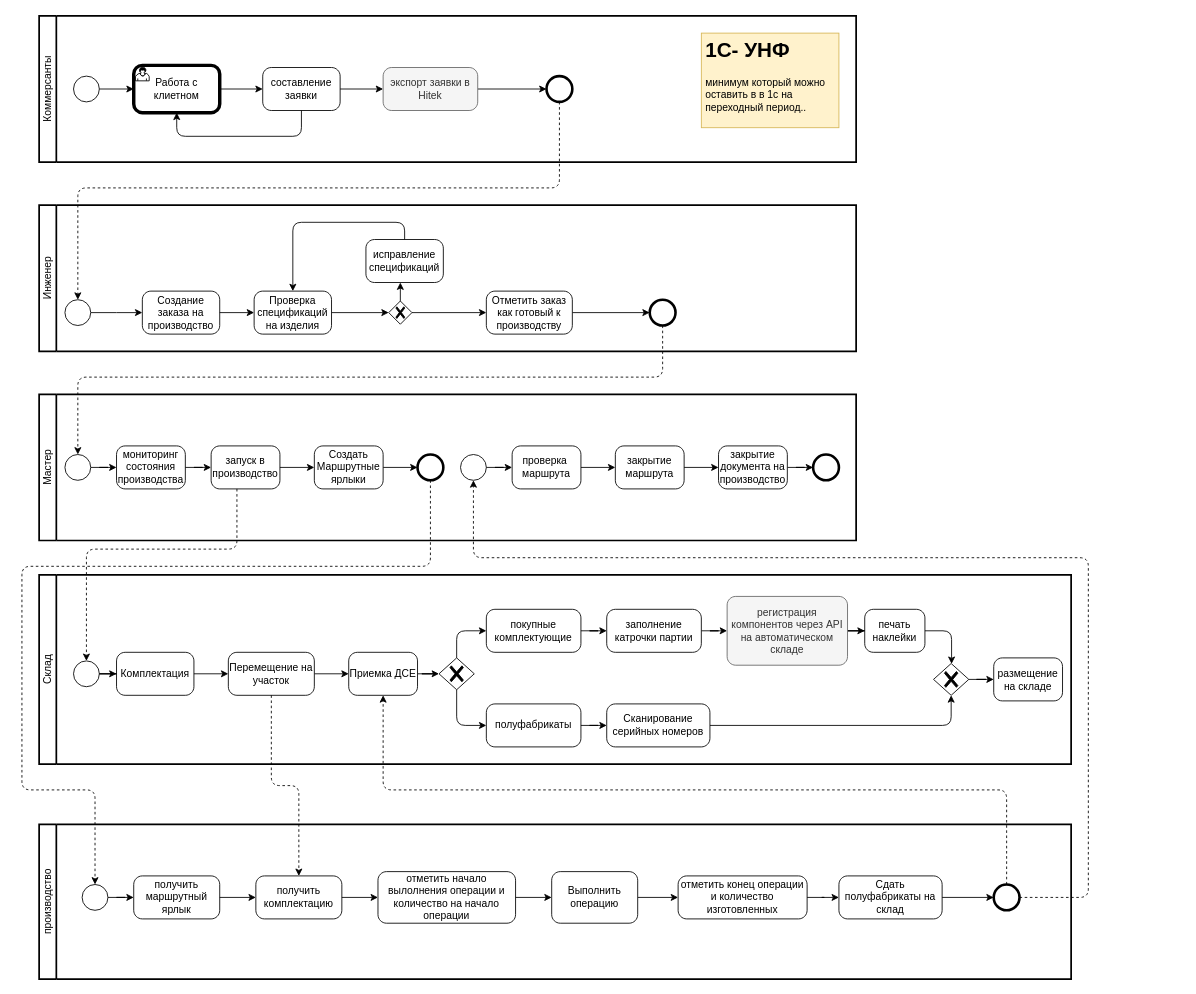
Earlier version of the draw.io diagram HiTek_start.drawio (sashok74/diagrams). Source tidied: cells renumbered, new cells numbered last; positions are measured from the earlier drawing's top-left corner, leaving out a move shared by most shapes. Both pictures are drawn from the tidied source at 86%, with x=0, y=0 at pixel (22, 15).
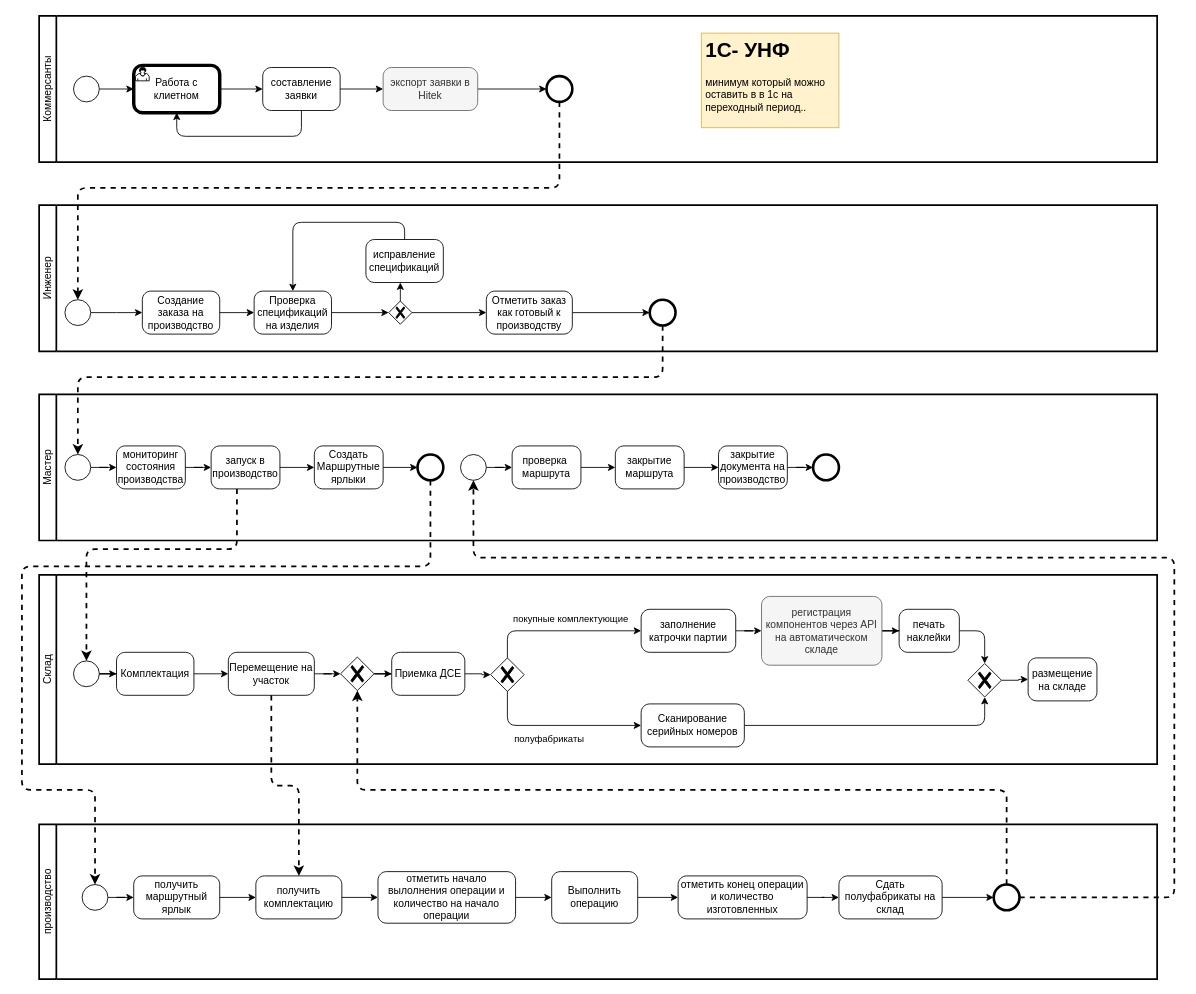
After the change.

Unchanged cells that the change refers to:
```xml
<mxCell id="13" style="points=[[0.145,0.145,0],[0.5,0,0],[0.855,0.145,0],[1,0.5,0],[0.855,0.855,0],[0.5,1,0],[0.145,0.855,0],[0,0.5,0]];shape=mxgraph.bpmn.event;html=1;verticalLabelPosition=bottom;labelBackgroundColor=#ffffff;verticalAlign=top;align=center;perimeter=ellipsePerimeter;outlineConnect=0;outline=end;symbol=terminate2;" parent="2" vertex="1">
  <mxGeometry x="590" y="70" width="30" height="30" as="geometry" />
</mxCell>
<mxCell id="19" style="points=[[0.145,0.145,0],[0.5,0,0],[0.855,0.145,0],[1,0.5,0],[0.855,0.855,0],[0.5,1,0],[0.145,0.855,0],[0,0.5,0]];shape=mxgraph.bpmn.event;html=1;verticalLabelPosition=bottom;labelBackgroundColor=#ffffff;verticalAlign=top;align=center;perimeter=ellipsePerimeter;outlineConnect=0;outline=end;symbol=terminate2;" parent="14" vertex="1">
  <mxGeometry x="710" y="110" width="30" height="30" as="geometry" />
</mxCell>
<mxCell id="21" style="points=[[0.145,0.145,0],[0.5,0,0],[0.855,0.145,0],[1,0.5,0],[0.855,0.855,0],[0.5,1,0],[0.145,0.855,0],[0,0.5,0]];shape=mxgraph.bpmn.event;html=1;verticalLabelPosition=bottom;labelBackgroundColor=#ffffff;verticalAlign=top;align=center;perimeter=ellipsePerimeter;outlineConnect=0;outline=standard;symbol=general;" parent="14" vertex="1">
  <mxGeometry x="30" y="110" width="30" height="30" as="geometry" />
</mxCell>
<mxCell id="36" style="points=[[0.145,0.145,0],[0.5,0,0],[0.855,0.145,0],[1,0.5,0],[0.855,0.855,0],[0.5,1,0],[0.145,0.855,0],[0,0.5,0]];shape=mxgraph.bpmn.event;html=1;verticalLabelPosition=bottom;labelBackgroundColor=#ffffff;verticalAlign=top;align=center;perimeter=ellipsePerimeter;outlineConnect=0;outline=end;symbol=terminate2;" parent="30" vertex="1">
  <mxGeometry x="440" y="70" width="30" height="30" as="geometry" />
</mxCell>
<mxCell id="37" value="запуск в производство" style="points=[[0.25,0,0],[0.5,0,0],[0.75,0,0],[1,0.25,0],[1,0.5,0],[1,0.75,0],[0.75,1,0],[0.5,1,0],[0.25,1,0],[0,0.75,0],[0,0.5,0],[0,0.25,0]];shape=mxgraph.bpmn.task;whiteSpace=wrap;rectStyle=rounded;size=10;html=1;taskMarker=abstract;" parent="30" vertex="1">
  <mxGeometry x="200" y="60" width="80" height="50" as="geometry" />
</mxCell>
<mxCell id="40" style="points=[[0.145,0.145,0],[0.5,0,0],[0.855,0.145,0],[1,0.5,0],[0.855,0.855,0],[0.5,1,0],[0.145,0.855,0],[0,0.5,0]];shape=mxgraph.bpmn.event;html=1;verticalLabelPosition=bottom;labelBackgroundColor=#ffffff;verticalAlign=top;align=center;perimeter=ellipsePerimeter;outlineConnect=0;outline=standard;symbol=general;" parent="30" vertex="1">
  <mxGeometry x="30" y="70" width="30" height="30" as="geometry" />
</mxCell>
<mxCell id="41" style="points=[[0.145,0.145,0],[0.5,0,0],[0.855,0.145,0],[1,0.5,0],[0.855,0.855,0],[0.5,1,0],[0.145,0.855,0],[0,0.5,0]];shape=mxgraph.bpmn.event;html=1;verticalLabelPosition=bottom;labelBackgroundColor=#ffffff;verticalAlign=top;align=center;perimeter=ellipsePerimeter;outlineConnect=0;outline=standard;symbol=general;" parent="30" vertex="1">
  <mxGeometry x="490" y="70" width="30" height="30" as="geometry" />
</mxCell>
<mxCell id="52" style="points=[[0.145,0.145,0],[0.5,0,0],[0.855,0.145,0],[1,0.5,0],[0.855,0.855,0],[0.5,1,0],[0.145,0.855,0],[0,0.5,0]];shape=mxgraph.bpmn.event;html=1;verticalLabelPosition=bottom;labelBackgroundColor=#ffffff;verticalAlign=top;align=center;perimeter=ellipsePerimeter;outlineConnect=0;outline=standard;symbol=general;" parent="45" vertex="1">
  <mxGeometry x="40" y="100" width="30" height="30" as="geometry" />
</mxCell>
<mxCell id="62" value="Перемещение на участок" style="points=[[0.25,0,0],[0.5,0,0],[0.75,0,0],[1,0.25,0],[1,0.5,0],[1,0.75,0],[0.75,1,0],[0.5,1,0],[0.25,1,0],[0,0.75,0],[0,0.5,0],[0,0.25,0]];shape=mxgraph.bpmn.task;whiteSpace=wrap;rectStyle=rounded;size=10;html=1;taskMarker=abstract;" parent="1" vertex="1">
  <mxGeometry x="240" y="740" width="100" height="50" as="geometry" />
</mxCell>
<mxCell id="71" value="получить комплектацию" style="points=[[0.25,0,0],[0.5,0,0],[0.75,0,0],[1,0.25,0],[1,0.5,0],[1,0.75,0],[0.75,1,0],[0.5,1,0],[0.25,1,0],[0,0.75,0],[0,0.5,0],[0,0.25,0]];shape=mxgraph.bpmn.task;whiteSpace=wrap;rectStyle=rounded;size=10;html=1;taskMarker=abstract;" parent="67" vertex="1">
  <mxGeometry x="252" y="60" width="100" height="50" as="geometry" />
</mxCell>
<mxCell id="80" style="points=[[0.145,0.145,0],[0.5,0,0],[0.855,0.145,0],[1,0.5,0],[0.855,0.855,0],[0.5,1,0],[0.145,0.855,0],[0,0.5,0]];shape=mxgraph.bpmn.event;html=1;verticalLabelPosition=bottom;labelBackgroundColor=#ffffff;verticalAlign=top;align=center;perimeter=ellipsePerimeter;outlineConnect=0;outline=end;symbol=terminate2;" parent="67" vertex="1">
  <mxGeometry x="1110" y="70" width="30" height="30" as="geometry" />
</mxCell>
<mxCell id="81" style="points=[[0.145,0.145,0],[0.5,0,0],[0.855,0.145,0],[1,0.5,0],[0.855,0.855,0],[0.5,1,0],[0.145,0.855,0],[0,0.5,0]];shape=mxgraph.bpmn.event;html=1;verticalLabelPosition=bottom;labelBackgroundColor=#ffffff;verticalAlign=top;align=center;perimeter=ellipsePerimeter;outlineConnect=0;outline=standard;symbol=general;" parent="67" vertex="1">
  <mxGeometry x="50" y="70" width="30" height="30" as="geometry" />
</mxCell>
```

Diff of the diagram source:
```diff
@@
     <mxCell id="2" value="&lt;div&gt;Коммерсанты&lt;/div&gt;" style="swimlane;html=1;startSize=20;fontStyle=0;horizontal=0;swimlaneLine=1;swimlaneFillColor=#ffffff;strokeWidth=2;whiteSpace=wrap;" parent="1" vertex="1">
-      <mxGeometry x="20" width="950" height="170" as="geometry" />
+      <mxGeometry x="20" width="1300" height="170" as="geometry" />
     </mxCell>
@@
     <mxCell id="14" value="&lt;div&gt;Инженер&lt;/div&gt;" style="swimlane;html=1;startSize=20;fontStyle=0;horizontal=0;swimlaneLine=1;swimlaneFillColor=#ffffff;strokeWidth=2;whiteSpace=wrap;" parent="1" vertex="1">
-      <mxGeometry x="20" y="220" width="950" height="170" as="geometry" />
+      <mxGeometry x="20" y="220" width="1300" height="170" as="geometry" />
     </mxCell>
@@
-    <mxCell id="22" style="edgeStyle=orthogonalEdgeStyle;rounded=1;jettySize=auto;html=1;dashed=1;entryX=0.5;entryY=0;entryDx=0;entryDy=0;entryPerimeter=0;exitX=0.5;exitY=1;exitDx=0;exitDy=0;exitPerimeter=0;" parent="1" edge="1" source="13" target="21">
+    <mxCell id="22" style="edgeStyle=orthogonalEdgeStyle;rounded=1;jettySize=auto;html=1;dashed=1;entryX=0.5;entryY=0;entryDx=0;entryDy=0;entryPerimeter=0;exitX=0.5;exitY=1;exitDx=0;exitDy=0;exitPerimeter=0;strokeWidth=2;" parent="1" edge="1" source="13" target="21">
       <mxGeometry relative="1" as="geometry">
         <Array as="points">
           <mxPoint x="625" y="200" />
           <mxPoint x="65" y="200" />
         </Array>
       </mxGeometry>
     </mxCell>
@@
     <mxCell id="30" value="Мастер" style="swimlane;html=1;startSize=20;fontStyle=0;horizontal=0;swimlaneLine=1;swimlaneFillColor=#ffffff;strokeWidth=2;whiteSpace=wrap;" parent="1" vertex="1">
-      <mxGeometry x="20" y="440" width="950" height="170" as="geometry" />
+      <mxGeometry x="20" y="440" width="1300" height="170" as="geometry" />
     </mxCell>
@@
-    <mxCell id="43" style="edgeStyle=orthogonalEdgeStyle;rounded=1;jettySize=auto;html=1;dashed=1;entryX=0.5;entryY=0;entryDx=0;entryDy=0;entryPerimeter=0;exitX=0.5;exitY=1;exitDx=0;exitDy=0;exitPerimeter=0;" parent="1" edge="1" source="19" target="40">
+    <mxCell id="43" style="edgeStyle=orthogonalEdgeStyle;rounded=1;jettySize=auto;html=1;dashed=1;entryX=0.5;entryY=0;entryDx=0;entryDy=0;entryPerimeter=0;exitX=0.5;exitY=1;exitDx=0;exitDy=0;exitPerimeter=0;strokeWidth=2;" parent="1" edge="1" source="19" target="40">
       <mxGeometry relative="1" as="geometry">
         <Array as="points">
           <mxPoint x="745" y="420" />
           <mxPoint x="65" y="420" />
         </Array>
       </mxGeometry>
     </mxCell>
@@
     <mxCell id="45" value="Склад" style="swimlane;html=1;startSize=20;fontStyle=0;horizontal=0;swimlaneLine=1;swimlaneFillColor=#ffffff;strokeWidth=2;whiteSpace=wrap;" parent="1" vertex="1">
-      <mxGeometry x="20" y="650" width="1200" height="220" as="geometry" />
+      <mxGeometry x="20" y="650" width="1300" height="220" as="geometry" />
     </mxCell>
@@
     <mxCell id="47" style="points=[[0.25,0.25,0],[0.5,0,0],[0.75,0.25,0],[1,0.5,0],[0.75,0.75,0],[0.5,1,0],[0.25,0.75,0],[0,0.5,0]];shape=mxgraph.bpmn.gateway2;html=1;verticalLabelPosition=bottom;labelBackgroundColor=#ffffff;verticalAlign=top;align=center;perimeter=rhombusPerimeter;outlineConnect=0;outline=none;symbol=none;gwType=exclusive;" parent="45" vertex="1">
-      <mxGeometry x="465" y="96.5" width="41" height="37" as="geometry" />
+      <mxGeometry x="525" y="96.5" width="39" height="39" as="geometry" />
     </mxCell>
-    <mxCell id="48" value="покупные комплектующие" style="points=[[0.25,0,0],[0.5,0,0],[0.75,0,0],[1,0.25,0],[1,0.5,0],[1,0.75,0],[0.75,1,0],[0.5,1,0],[0.25,1,0],[0,0.75,0],[0,0.5,0],[0,0.25,0]];shape=mxgraph.bpmn.task;whiteSpace=wrap;rectStyle=rounded;size=10;html=1;taskMarker=abstract;" parent="45" vertex="1">
-      <mxGeometry x="520" y="40" width="110" height="50" as="geometry" />
-    </mxCell>
-    <mxCell id="49" style="edgeStyle=orthogonalEdgeStyle;rounded=1;jettySize=auto;html=1;" parent="45" edge="1" source="47" target="48">
-      <mxGeometry relative="1" as="geometry">
-        <Array as="points">
-          <mxPoint x="486" y="65" />
-        </Array>
-      </mxGeometry>
-    </mxCell>
-    <mxCell id="50" value="полуфабрикаты" style="points=[[0.25,0,0],[0.5,0,0],[0.75,0,0],[1,0.25,0],[1,0.5,0],[1,0.75,0],[0.75,1,0],[0.5,1,0],[0.25,1,0],[0,0.75,0],[0,0.5,0],[0,0.25,0]];shape=mxgraph.bpmn.task;whiteSpace=wrap;rectStyle=rounded;size=10;html=1;taskMarker=abstract;" parent="45" vertex="1">
-      <mxGeometry x="520" y="150" width="110" height="50" as="geometry" />
-    </mxCell>
-    <mxCell id="51" style="edgeStyle=orthogonalEdgeStyle;rounded=1;jettySize=auto;html=1;exitX=0.5;exitY=1;exitDx=0;exitDy=0;exitPerimeter=0;entryX=0;entryY=0.5;entryDx=0;entryDy=0;entryPerimeter=0;" parent="45" edge="1" source="47" target="50">
-      <mxGeometry relative="1" as="geometry" />
-    </mxCell>
@@
     <mxCell id="55" style="points=[[0.25,0.25,0],[0.5,0,0],[0.75,0.25,0],[1,0.5,0],[0.75,0.75,0],[0.5,1,0],[0.25,0.75,0],[0,0.5,0]];shape=mxgraph.bpmn.gateway2;html=1;verticalLabelPosition=bottom;labelBackgroundColor=#ffffff;verticalAlign=top;align=center;perimeter=rhombusPerimeter;outlineConnect=0;outline=none;symbol=none;gwType=exclusive;" parent="45" vertex="1">
-      <mxGeometry x="1040" y="103" width="41" height="37" as="geometry" />
+      <mxGeometry x="1080" y="103" width="39" height="39" as="geometry" />
     </mxCell>
-    <mxCell id="56" style="edgeStyle=orthogonalEdgeStyle;rounded=1;jettySize=auto;html=1;exitX=1;exitY=0.5;exitDx=0;exitDy=0;exitPerimeter=0;" parent="45" edge="1" source="57" target="55">
+    <mxCell id="56" style="edgeStyle=orthogonalEdgeStyle;rounded=1;jettySize=auto;html=1;exitX=1;exitY=0.5;exitDx=0;exitDy=0;exitPerimeter=0;entryX=0.5;entryY=0;entryDx=0;entryDy=0;entryPerimeter=0;" parent="45" edge="1" source="57" target="55">
       <mxGeometry relative="1" as="geometry">
         <Array as="points">
-          <mxPoint x="1061" y="65" />
+          <mxPoint x="1099" y="65" />
         </Array>
       </mxGeometry>
     </mxCell>
     <mxCell id="57" value="печать наклейки " style="points=[[0.25,0,0],[0.5,0,0],[0.75,0,0],[1,0.25,0],[1,0.5,0],[1,0.75,0],[0.75,1,0],[0.5,1,0],[0.25,1,0],[0,0.75,0],[0,0.5,0],[0,0.25,0]];shape=mxgraph.bpmn.task;whiteSpace=wrap;rectStyle=rounded;size=10;html=1;taskMarker=abstract;" parent="45" vertex="1">
-      <mxGeometry x="960" y="40" width="70" height="50" as="geometry" />
+      <mxGeometry x="1000" y="40" width="70" height="50" as="geometry" />
     </mxCell>
     <mxCell id="58" value="размещение на складе" style="points=[[0.25,0,0],[0.5,0,0],[0.75,0,0],[1,0.25,0],[1,0.5,0],[1,0.75,0],[0.75,1,0],[0.5,1,0],[0.25,1,0],[0,0.75,0],[0,0.5,0],[0,0.25,0]];shape=mxgraph.bpmn.task;whiteSpace=wrap;rectStyle=rounded;size=10;html=1;taskMarker=abstract;" parent="45" vertex="1">
-      <mxGeometry x="1110" y="96.5" width="80" height="50" as="geometry" />
+      <mxGeometry x="1150" y="96.5" width="80" height="50" as="geometry" />
     </mxCell>
@@
-    <mxCell id="61" style="edgeStyle=orthogonalEdgeStyle;rounded=0;jettySize=auto;html=1;" parent="1" edge="1" source="62" target="65">
+    <mxCell id="61" style="edgeStyle=orthogonalEdgeStyle;rounded=0;jettySize=auto;html=1;" parent="1" edge="1" source="62" target="99">
       <mxGeometry relative="1" as="geometry" />
     </mxCell>
@@
     <mxCell id="65" value="Приемка ДСЕ" style="points=[[0.25,0,0],[0.5,0,0],[0.75,0,0],[1,0.25,0],[1,0.5,0],[1,0.75,0],[0.75,1,0],[0.5,1,0],[0.25,1,0],[0,0.75,0],[0,0.5,0],[0,0.25,0]];shape=mxgraph.bpmn.task;whiteSpace=wrap;rectStyle=rounded;size=10;html=1;taskMarker=abstract;" parent="1" vertex="1">
-      <mxGeometry x="380" y="740" width="80" height="50" as="geometry" />
+      <mxGeometry x="430" y="740" width="85" height="50" as="geometry" />
     </mxCell>
-    <mxCell id="66" style="edgeStyle=orthogonalEdgeStyle;rounded=1;jettySize=auto;html=1;dashed=1;" parent="1" edge="1" source="37" target="52">
+    <mxCell id="66" style="edgeStyle=orthogonalEdgeStyle;rounded=1;jettySize=auto;html=1;dashed=1;strokeWidth=2;" parent="1" edge="1" source="37" target="52">
       <mxGeometry relative="1" as="geometry">
         <Array as="points">
           <mxPoint x="250" y="620" />
           <mxPoint x="75" y="620" />
         </Array>
       </mxGeometry>
     </mxCell>
     <mxCell id="67" value="&lt;div&gt;производство&lt;/div&gt;" style="swimlane;html=1;startSize=20;fontStyle=0;horizontal=0;swimlaneLine=1;swimlaneFillColor=#ffffff;strokeWidth=2;whiteSpace=wrap;" parent="1" vertex="1">
-      <mxGeometry x="20" y="940" width="1200" height="180" as="geometry" />
+      <mxGeometry x="20" y="940" width="1300" height="180" as="geometry" />
     </mxCell>
@@
-    <mxCell id="83" style="edgeStyle=orthogonalEdgeStyle;rounded=1;jettySize=auto;html=1;entryX=0.5;entryY=1;entryDx=0;entryDy=0;entryPerimeter=0;dashed=1;exitX=0.5;exitY=0;exitDx=0;exitDy=0;exitPerimeter=0;" parent="1" edge="1" source="80" target="65">
+    <mxCell id="83" style="edgeStyle=orthogonalEdgeStyle;rounded=1;jettySize=auto;html=1;dashed=1;exitX=0.5;exitY=0;exitDx=0;exitDy=0;exitPerimeter=0;entryX=0.5;entryY=1;entryDx=0;entryDy=0;entryPerimeter=0;strokeWidth=2;" parent="1" edge="1" source="80" target="99">
       <mxGeometry relative="1" as="geometry">
         <Array as="points">
           <mxPoint x="1145" y="900" />
-          <mxPoint x="420" y="900" />
+          <mxPoint x="390" y="900" />
         </Array>
       </mxGeometry>
     </mxCell>
@@
     <mxCell id="85" value="заполнение катрочки партии " style="points=[[0.25,0,0],[0.5,0,0],[0.75,0,0],[1,0.25,0],[1,0.5,0],[1,0.75,0],[0.75,1,0],[0.5,1,0],[0.25,1,0],[0,0.75,0],[0,0.5,0],[0,0.25,0]];shape=mxgraph.bpmn.task;whiteSpace=wrap;rectStyle=rounded;size=10;html=1;taskMarker=abstract;" parent="1" vertex="1">
-      <mxGeometry x="680" y="690" width="110" height="50" as="geometry" />
+      <mxGeometry x="720" y="690" width="110" height="50" as="geometry" />
     </mxCell>
-    <mxCell id="86" style="edgeStyle=orthogonalEdgeStyle;rounded=0;jettySize=auto;html=1;" parent="1" edge="1" source="48" target="85">
-      <mxGeometry relative="1" as="geometry" />
-    </mxCell>
@@
     <mxCell id="88" value="регистрация компонентов через API на автоматическом складе" style="points=[[0.25,0,0],[0.5,0,0],[0.75,0,0],[1,0.25,0],[1,0.5,0],[1,0.75,0],[0.75,1,0],[0.5,1,0],[0.25,1,0],[0,0.75,0],[0,0.5,0],[0,0.25,0]];shape=mxgraph.bpmn.task;whiteSpace=wrap;rectStyle=rounded;size=10;html=1;taskMarker=abstract;fillColor=#f5f5f5;fontColor=#333333;strokeColor=#666666;" parent="1" vertex="1">
-      <mxGeometry x="820" y="675" width="140" height="80" as="geometry" />
+      <mxGeometry x="860" y="675" width="140" height="80" as="geometry" />
     </mxCell>
-    <mxCell id="89" style="edgeStyle=orthogonalEdgeStyle;rounded=1;jettySize=auto;html=1;dashed=1;exitX=1;exitY=0.5;exitDx=0;exitDy=0;exitPerimeter=0;entryX=0.5;entryY=1;entryDx=0;entryDy=0;entryPerimeter=0;" parent="1" edge="1" source="80" target="41">
+    <mxCell id="89" style="edgeStyle=orthogonalEdgeStyle;rounded=1;jettySize=auto;html=1;dashed=1;exitX=1;exitY=0.5;exitDx=0;exitDy=0;exitPerimeter=0;entryX=0.5;entryY=1;entryDx=0;entryDy=0;entryPerimeter=0;strokeWidth=2;" parent="1" edge="1" source="80" target="41">
       <mxGeometry relative="1" as="geometry">
         <Array as="points">
-          <mxPoint x="1240" y="1025" />
-          <mxPoint x="1240" y="630" />
+          <mxPoint x="1340" y="1025" />
+          <mxPoint x="1340" y="630" />
           <mxPoint x="525" y="630" />
         </Array>
       </mxGeometry>
     </mxCell>
     <mxCell id="90" style="edgeStyle=orthogonalEdgeStyle;rounded=1;jettySize=auto;html=1;exitX=1;exitY=0.5;exitDx=0;exitDy=0;exitPerimeter=0;entryX=0.5;entryY=1;entryDx=0;entryDy=0;entryPerimeter=0;" parent="1" edge="1" source="91" target="55">
       <mxGeometry relative="1" as="geometry">
         <Array as="points">
-          <mxPoint x="1081" y="825" />
+          <mxPoint x="1119" y="825" />
         </Array>
       </mxGeometry>
     </mxCell>
     <mxCell id="91" value="Сканирование серийных номеров" style="points=[[0.25,0,0],[0.5,0,0],[0.75,0,0],[1,0.25,0],[1,0.5,0],[1,0.75,0],[0.75,1,0],[0.5,1,0],[0.25,1,0],[0,0.75,0],[0,0.5,0],[0,0.25,0]];shape=mxgraph.bpmn.task;whiteSpace=wrap;rectStyle=rounded;size=10;html=1;taskMarker=abstract;" parent="1" vertex="1">
-      <mxGeometry x="680" y="800" width="120" height="50" as="geometry" />
+      <mxGeometry x="720" y="800" width="120" height="50" as="geometry" />
     </mxCell>
-    <mxCell id="92" style="edgeStyle=orthogonalEdgeStyle;rounded=0;jettySize=auto;html=1;" parent="1" edge="1" source="50" target="91">
-      <mxGeometry relative="1" as="geometry" />
-    </mxCell>
-    <mxCell id="93" style="edgeStyle=orthogonalEdgeStyle;rounded=1;jettySize=auto;html=1;entryX=0.5;entryY=0;entryDx=0;entryDy=0;entryPerimeter=0;dashed=1;" parent="1" edge="1" source="36" target="81">
+    <mxCell id="93" style="edgeStyle=orthogonalEdgeStyle;rounded=1;jettySize=auto;html=1;entryX=0.5;entryY=0;entryDx=0;entryDy=0;entryPerimeter=0;dashed=1;strokeWidth=2;" parent="1" edge="1" source="36" target="81">
       <mxGeometry relative="1" as="geometry">
         <Array as="points">
           <mxPoint x="475" y="640" />
           <mxPoint y="640" />
           <mxPoint y="900" />
           <mxPoint x="85" y="900" />
         </Array>
       </mxGeometry>
     </mxCell>
@@
-    <mxCell id="97" style="edgeStyle=orthogonalEdgeStyle;rounded=1;jettySize=auto;html=1;entryX=0.5;entryY=0;entryDx=0;entryDy=0;entryPerimeter=0;dashed=1;" parent="1" edge="1" source="62" target="71">
+    <mxCell id="97" style="edgeStyle=orthogonalEdgeStyle;rounded=1;jettySize=auto;html=1;entryX=0.5;entryY=0;entryDx=0;entryDy=0;entryPerimeter=0;dashed=1;strokeWidth=2;" parent="1" edge="1" source="62" target="71">
       <mxGeometry relative="1" as="geometry" />
     </mxCell>
+    <mxCell id="49" style="edgeStyle=orthogonalEdgeStyle;rounded=1;jettySize=auto;html=1;entryX=0;entryY=0.5;entryDx=0;entryDy=0;entryPerimeter=0;exitX=0.5;exitY=0;exitDx=0;exitDy=0;exitPerimeter=0;" parent="1" edge="1" source="47" target="85">
+      <mxGeometry relative="1" as="geometry">
+        <Array as="points">
+          <mxPoint x="565" y="715" />
+        </Array>
+      </mxGeometry>
+    </mxCell>
+    <mxCell id="48" value="покупные комплектующие" style="edgeLabel;html=1;align=center;verticalAlign=middle;points=[];" parent="49" vertex="1">
+      <mxGeometry x="-0.35" y="-4" relative="1" as="geometry">
+        <mxPoint x="43" y="-19" as="offset" />
+      </mxGeometry>
+    </mxCell>
+    <mxCell id="51" style="edgeStyle=orthogonalEdgeStyle;rounded=1;jettySize=auto;html=1;exitX=0.5;exitY=1;exitDx=0;exitDy=0;exitPerimeter=0;entryX=0;entryY=0.5;entryDx=0;entryDy=0;entryPerimeter=0;" parent="1" edge="1" source="47" target="91">
+      <mxGeometry relative="1" as="geometry" />
+    </mxCell>
+    <mxCell id="50" value="полуфабрикаты" style="edgeLabel;html=1;align=center;verticalAlign=middle;points=[];" parent="51" vertex="1">
+      <mxGeometry x="-0.1" y="-1" relative="1" as="geometry">
+        <mxPoint x="-1" y="14" as="offset" />
+      </mxGeometry>
+    </mxCell>
+    <mxCell id="98" style="edgeStyle=orthogonalEdgeStyle;rounded=0;jettySize=auto;html=1;entryX=0;entryY=0.5;entryDx=0;entryDy=0;entryPerimeter=0;" parent="1" edge="1" source="99" target="65">
+      <mxGeometry relative="1" as="geometry" />
+    </mxCell>
+    <mxCell id="99" style="points=[[0.25,0.25,0],[0.5,0,0],[0.75,0.25,0],[1,0.5,0],[0.75,0.75,0],[0.5,1,0],[0.25,0.75,0],[0,0.5,0]];shape=mxgraph.bpmn.gateway2;html=1;verticalLabelPosition=bottom;labelBackgroundColor=#ffffff;verticalAlign=top;align=center;perimeter=rhombusPerimeter;outlineConnect=0;outline=none;symbol=none;gwType=exclusive;" parent="1" vertex="1">
+      <mxGeometry x="370.5" y="745.5" width="39" height="39" as="geometry" />
+    </mxCell>
```
